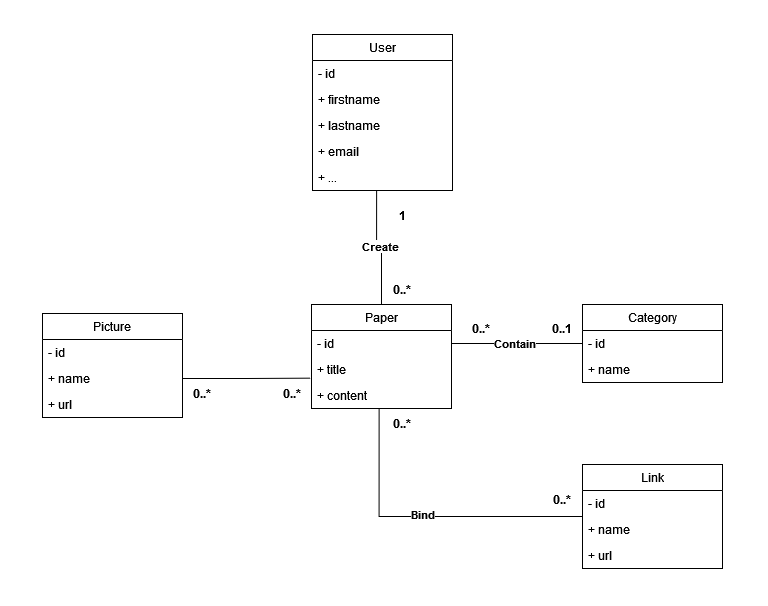
Before: uml.png, a diagram exported from draw.io (jeanpierreDuman/truepaper). Source tidied: cells renumbered, new cells last; positions are measured from the earlier drawing's top-left corner, leaving out a move shared by most shapes.
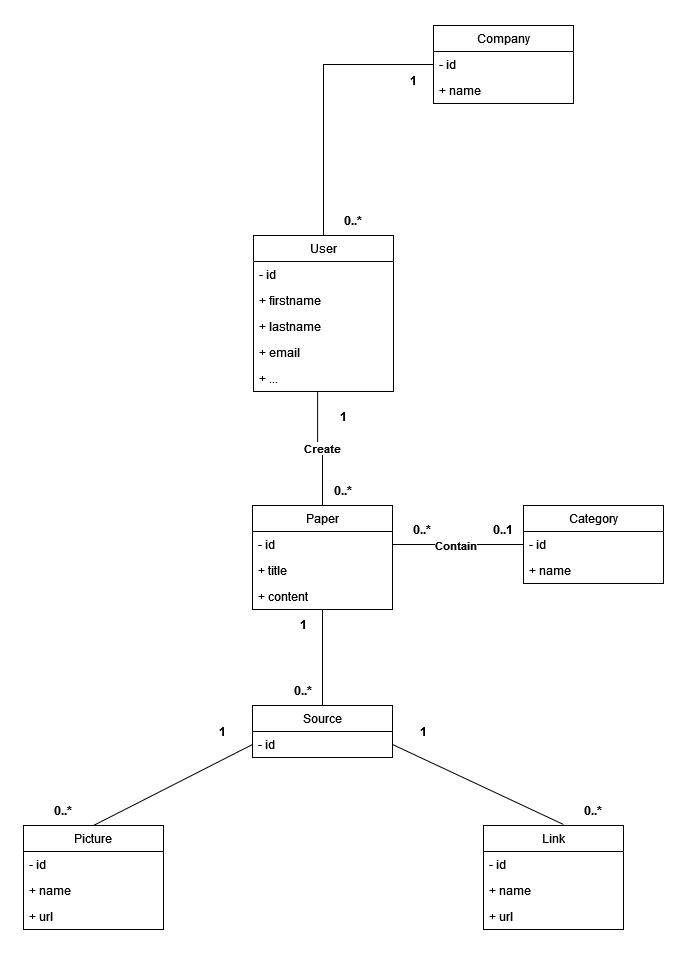
Later version of the same file.

Change to the diagram source:
```diff
@@ -66,7 +66,7 @@
       <mxGeometry x="330" y="166" width="60" height="30" as="geometry" />
     </mxCell>
     <mxCell id="23" value="Link" style="swimlane;fontStyle=0;horizontal=1;startSize=26;fillColor=none;whiteSpace=wrap;html=1;" parent="1" vertex="1">
-      <mxGeometry x="540" y="430" width="140" height="104" as="geometry" />
+      <mxGeometry x="500" y="590" width="140" height="104" as="geometry" />
     </mxCell>
     <mxCell id="24" value="- id" style="text;strokeColor=none;fillColor=none;align=left;verticalAlign=top;spacingLeft=4;spacingRight=4;overflow=hidden;whiteSpace=wrap;html=1;" parent="23" vertex="1">
       <mxGeometry y="26" width="140" height="26" as="geometry" />
@@ -77,20 +77,11 @@
     <mxCell id="26" value="+ url" style="text;strokeColor=none;fillColor=none;align=left;verticalAlign=top;spacingLeft=4;spacingRight=4;overflow=hidden;whiteSpace=wrap;html=1;" parent="23" vertex="1">
       <mxGeometry y="78" width="140" height="26" as="geometry" />
     </mxCell>
-    <mxCell id="27" style="edgeStyle=orthogonalEdgeStyle;rounded=0;jettySize=auto;html=1;exitX=0;exitY=0.5;exitDx=0;exitDy=0;entryX=0.483;entryY=0.987;entryDx=0;entryDy=0;entryPerimeter=0;endArrow=none;endFill=0;" parent="1" edge="1" source="23" target="5">
+    <mxCell id="27" style="rounded=0;jettySize=auto;html=1;exitX=0.571;exitY=-0.01;exitDx=0;exitDy=0;endArrow=none;endFill=0;entryX=1;entryY=0.5;entryDx=0;entryDy=0;exitPerimeter=0;" parent="1" edge="1" source="23" target="44">
       <mxGeometry relative="1" as="geometry" />
     </mxCell>
-    <mxCell id="28" value="&lt;b&gt;Bind&lt;/b&gt;" style="edgeLabel;html=1;align=center;verticalAlign=middle;" parent="27" vertex="1">
-      <mxGeometry x="0.03" y="-2" relative="1" as="geometry" />
-    </mxCell>
-    <mxCell id="29" value="&lt;b&gt;0..*&lt;br&gt;&lt;/b&gt;" style="text;html=1;align=center;verticalAlign=middle;whiteSpace=wrap;rounded=0;" parent="1" vertex="1">
-      <mxGeometry x="490" y="450" width="60" height="30" as="geometry" />
-    </mxCell>
-    <mxCell id="30" value="&lt;b&gt;0..*&lt;/b&gt;" style="text;html=1;align=center;verticalAlign=middle;whiteSpace=wrap;rounded=0;" parent="1" vertex="1">
-      <mxGeometry x="330" y="374" width="60" height="30" as="geometry" />
-    </mxCell>
     <mxCell id="31" value="Picture" style="swimlane;fontStyle=0;horizontal=1;startSize=26;fillColor=none;whiteSpace=wrap;html=1;" parent="1" vertex="1">
-      <mxGeometry y="279" width="140" height="104" as="geometry" />
+      <mxGeometry x="40" y="590" width="140" height="104" as="geometry" />
     </mxCell>
     <mxCell id="32" value="- id" style="text;strokeColor=none;fillColor=none;align=left;verticalAlign=top;spacingLeft=4;spacingRight=4;overflow=hidden;whiteSpace=wrap;html=1;" parent="31" vertex="1">
       <mxGeometry y="26" width="140" height="26" as="geometry" />
@@ -101,14 +92,53 @@
     <mxCell id="34" value="+ url" style="text;strokeColor=none;fillColor=none;align=left;verticalAlign=top;spacingLeft=4;spacingRight=4;overflow=hidden;whiteSpace=wrap;html=1;" parent="31" vertex="1">
       <mxGeometry y="78" width="140" height="26" as="geometry" />
     </mxCell>
-    <mxCell id="35" value="&lt;b&gt;0..*&lt;br&gt;&lt;/b&gt;" style="text;html=1;align=center;verticalAlign=middle;whiteSpace=wrap;rounded=0;" parent="1" vertex="1">
-      <mxGeometry x="130" y="344" width="60" height="30" as="geometry" />
-    </mxCell>
-    <mxCell id="36" value="&lt;b&gt;0..*&lt;/b&gt;" style="text;html=1;align=center;verticalAlign=middle;whiteSpace=wrap;rounded=0;" parent="1" vertex="1">
-      <mxGeometry x="220" y="344" width="60" height="30" as="geometry" />
-    </mxCell>
-    <mxCell id="37" style="edgeStyle=orthogonalEdgeStyle;rounded=0;jettySize=auto;html=1;exitX=1;exitY=0.5;exitDx=0;exitDy=0;entryX=-0.007;entryY=0.833;entryDx=0;entryDy=0;entryPerimeter=0;endArrow=none;endFill=0;" parent="1" edge="1" source="33" target="4">
+    <mxCell id="37" style="rounded=0;jettySize=auto;html=1;exitX=0.5;exitY=0;exitDx=0;exitDy=0;entryX=0;entryY=0.5;entryDx=0;entryDy=0;endArrow=none;endFill=0;" parent="1" edge="1" source="31" target="44">
       <mxGeometry relative="1" as="geometry" />
     </mxCell>
+    <mxCell id="38" style="edgeStyle=orthogonalEdgeStyle;rounded=0;jettySize=auto;html=1;entryX=0.5;entryY=0;entryDx=0;entryDy=0;endArrow=none;endFill=0;" parent="1" edge="1" source="39" target="13">
+      <mxGeometry relative="1" as="geometry" />
+    </mxCell>
+    <mxCell id="39" value="Company" style="swimlane;fontStyle=0;horizontal=1;startSize=26;fillColor=none;whiteSpace=wrap;html=1;" parent="1" vertex="1">
+      <mxGeometry x="450" y="-210" width="140" height="78" as="geometry" />
+    </mxCell>
+    <mxCell id="40" value="- id" style="text;strokeColor=none;fillColor=none;align=left;verticalAlign=top;spacingLeft=4;spacingRight=4;overflow=hidden;whiteSpace=wrap;html=1;" parent="39" vertex="1">
+      <mxGeometry y="26" width="140" height="26" as="geometry" />
+    </mxCell>
+    <mxCell id="41" value="+ name" style="text;strokeColor=none;fillColor=none;align=left;verticalAlign=top;spacingLeft=4;spacingRight=4;overflow=hidden;whiteSpace=wrap;html=1;" parent="39" vertex="1">
+      <mxGeometry y="52" width="140" height="26" as="geometry" />
+    </mxCell>
+    <mxCell id="42" style="edgeStyle=orthogonalEdgeStyle;rounded=0;jettySize=auto;html=1;entryX=0.5;entryY=1;entryDx=0;entryDy=0;endArrow=none;endFill=0;" parent="1" edge="1" source="43" target="2">
+      <mxGeometry relative="1" as="geometry" />
+    </mxCell>
+    <mxCell id="43" value="Source" style="swimlane;fontStyle=0;horizontal=1;startSize=26;fillColor=none;whiteSpace=wrap;html=1;" parent="1" vertex="1">
+      <mxGeometry x="269" y="470" width="140" height="52" as="geometry" />
+    </mxCell>
+    <mxCell id="44" value="- id" style="text;strokeColor=none;fillColor=none;align=left;verticalAlign=top;spacingLeft=4;spacingRight=4;overflow=hidden;points=[[0,0.5],[1,0.5]];portConstraint=eastwest;whiteSpace=wrap;html=1;" parent="43" vertex="1">
+      <mxGeometry y="26" width="140" height="26" as="geometry" />
+    </mxCell>
+    <mxCell id="45" value="&lt;b&gt;1&lt;/b&gt;" style="text;html=1;align=center;verticalAlign=middle;whiteSpace=wrap;rounded=0;" parent="1" vertex="1">
+      <mxGeometry x="410" y="481" width="60" height="30" as="geometry" />
+    </mxCell>
+    <mxCell id="46" value="&lt;b&gt;0..*&lt;/b&gt;" style="text;html=1;align=center;verticalAlign=middle;whiteSpace=wrap;rounded=0;" parent="1" vertex="1">
+      <mxGeometry x="580" y="560" width="60" height="30" as="geometry" />
+    </mxCell>
+    <mxCell id="47" value="&lt;b&gt;0..*&lt;/b&gt;" style="text;html=1;align=center;verticalAlign=middle;whiteSpace=wrap;rounded=0;" parent="1" vertex="1">
+      <mxGeometry x="50" y="560" width="60" height="30" as="geometry" />
+    </mxCell>
+    <mxCell id="48" value="&lt;b&gt;1&lt;/b&gt;" style="text;html=1;align=center;verticalAlign=middle;whiteSpace=wrap;rounded=0;" parent="1" vertex="1">
+      <mxGeometry x="209" y="481" width="60" height="30" as="geometry" />
+    </mxCell>
+    <mxCell id="49" value="&lt;b&gt;1&lt;/b&gt;" style="text;html=1;align=center;verticalAlign=middle;whiteSpace=wrap;rounded=0;" parent="1" vertex="1">
+      <mxGeometry x="290" y="374" width="60" height="30" as="geometry" />
+    </mxCell>
+    <mxCell id="50" value="&lt;b&gt;0..*&lt;/b&gt;" style="text;html=1;align=center;verticalAlign=middle;whiteSpace=wrap;rounded=0;" parent="1" vertex="1">
+      <mxGeometry x="290" y="440" width="60" height="30" as="geometry" />
+    </mxCell>
+    <mxCell id="51" value="&lt;b&gt;1&lt;/b&gt;" style="text;html=1;align=center;verticalAlign=middle;whiteSpace=wrap;rounded=0;" parent="1" vertex="1">
+      <mxGeometry x="400" y="-170" width="60" height="30" as="geometry" />
+    </mxCell>
+    <mxCell id="52" value="&lt;b&gt;0..*&lt;/b&gt;" style="text;html=1;align=center;verticalAlign=middle;whiteSpace=wrap;rounded=0;" parent="1" vertex="1">
+      <mxGeometry x="340" y="-30" width="60" height="30" as="geometry" />
+    </mxCell>
   </root>
 </mxGraphModel>
```
